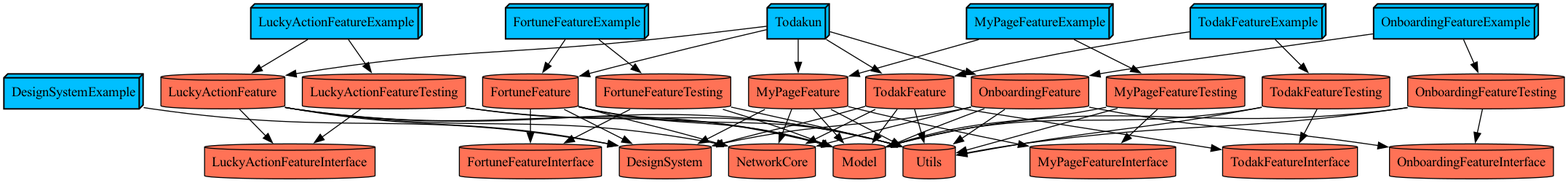
Above: docs/graph.png in YAPP-Github/28th-App-Team-2-iOS (Graphviz), before the change. Its source is kept beside it as docs/graph.dot.
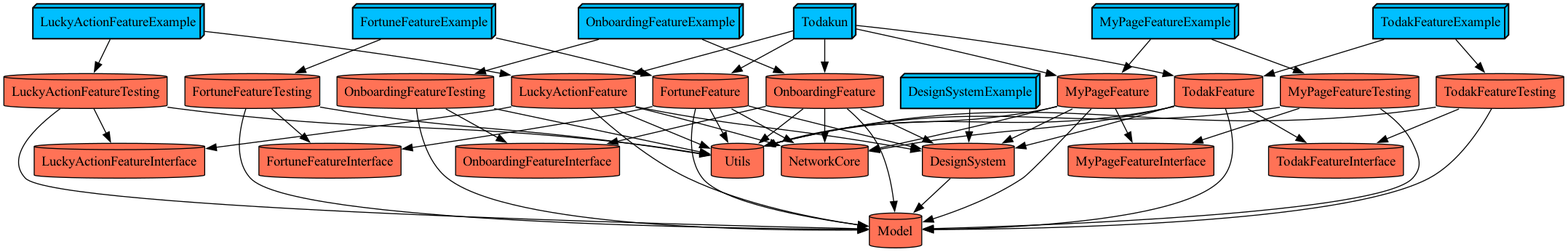
Later version of the same file.

Diff of the diagram source:
```diff
@@ -1,4 +1,5 @@
 digraph {
+  DesignSystem -> Model
   DesignSystem [fillcolor=coral1 shape=cylinder style=filled]
   DesignSystemExample -> DesignSystem
   DesignSystemExample [fillcolor=deepskyblue penwidth="1.5" shape=box3d style=filled]
```
